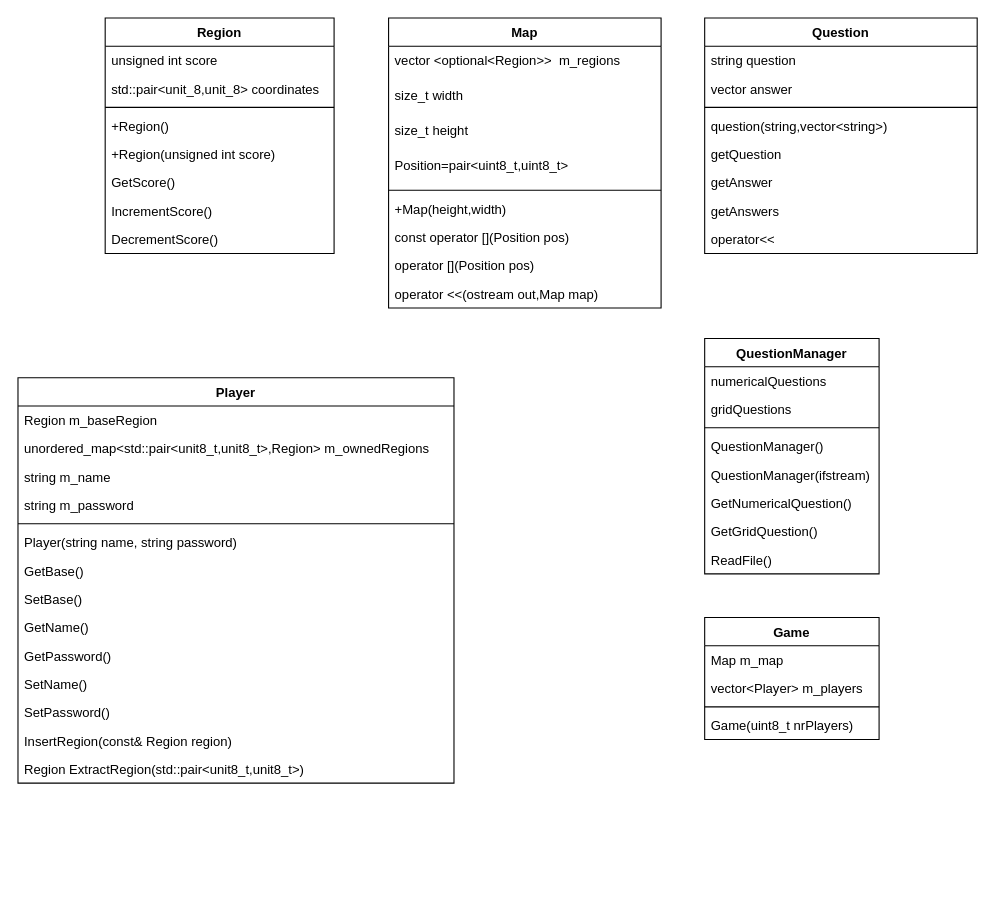
Earlier version of the draw.io diagram project/2_useful_informations/ProiectTriviador.drawio (NSS-14/ProjectModernCpp). Source tidied: cells renumbered, new cells numbered last; positions are measured from the earlier drawing's top-left corner, leaving out a move shared by most shapes. Both pictures are drawn from the tidied source at 109%, with x=0, y=0 at pixel (17, 17).
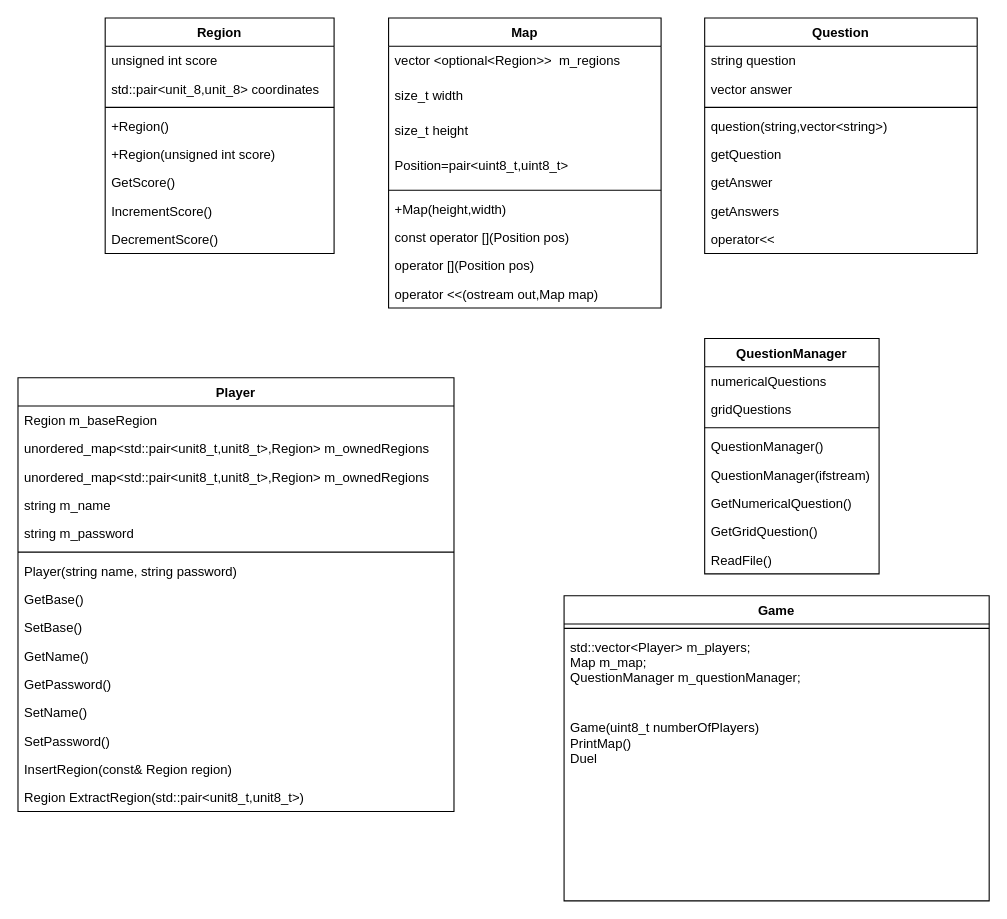
The same page after the edit.

The edit, as a diff of the source:
```diff
@@
     <mxCell id="21" value="Game" style="swimlane;fontStyle=1;align=center;verticalAlign=top;horizontal=1;startSize=26;" parent="1" vertex="1">
-      <mxGeometry x="630" y="550" width="160" height="112" as="geometry" />
+      <mxGeometry x="501" y="530" width="390" height="280" as="geometry" />
     </mxCell>
+    <mxCell id="24" style="line;strokeWidth=1;fillColor=none;align=left;verticalAlign=middle;spacingTop=-1;spacingLeft=3;spacingRight=3;labelPosition=right;strokeColor=inherit;" parent="21" vertex="1">
+      <mxGeometry y="26" width="390" height="8" as="geometry" />
+    </mxCell>
-    <mxCell id="22" value="Map m_map" style="text;strokeColor=none;fillColor=none;align=left;verticalAlign=top;spacingLeft=4;spacingRight=4;overflow=hidden;" parent="21" vertex="1">
-      <mxGeometry y="26" width="160" height="26" as="geometry" />
+    <mxCell id="22" value="std::vector&lt;Player&gt; m_players;&#10;Map m_map;&#10;QuestionManager m_questionManager;" style="text;strokeColor=none;fillColor=none;align=left;verticalAlign=top;spacingLeft=4;spacingRight=4;overflow=hidden;" parent="21" vertex="1">
+      <mxGeometry y="34" width="390" height="74" as="geometry" />
     </mxCell>
-    <mxCell id="23" value="vector&lt;Player&gt; m_players" style="text;strokeColor=none;fillColor=none;align=left;verticalAlign=top;spacingLeft=4;spacingRight=4;overflow=hidden;" parent="21" vertex="1">
-      <mxGeometry y="52" width="160" height="26" as="geometry" />
-    </mxCell>
-    <mxCell id="24" style="line;strokeWidth=1;fillColor=none;align=left;verticalAlign=middle;spacingTop=-1;spacingLeft=3;spacingRight=3;labelPosition=right;strokeColor=inherit;" parent="21" vertex="1">
-      <mxGeometry y="78" width="160" height="8" as="geometry" />
-    </mxCell>
-    <mxCell id="25" value="Game(uint8_t nrPlayers)" style="text;strokeColor=none;fillColor=none;align=left;verticalAlign=top;spacingLeft=4;spacingRight=4;overflow=hidden;" parent="21" vertex="1">
-      <mxGeometry y="86" width="160" height="26" as="geometry" />
+    <mxCell id="25" value="Game(uint8_t numberOfPlayers)&#10;PrintMap()&#10;Duel " style="text;strokeColor=none;fillColor=none;align=left;verticalAlign=top;spacingLeft=4;spacingRight=4;overflow=hidden;" parent="21" vertex="1">
+      <mxGeometry y="108" width="390" height="172" as="geometry" />
     </mxCell>
@@
     <mxCell id="44" value="Player" style="swimlane;fontStyle=1;align=center;verticalAlign=top;horizontal=1;startSize=26;" parent="1" vertex="1">
-      <mxGeometry y="330" width="400" height="372" as="geometry" />
+      <mxGeometry y="330" width="400" height="398" as="geometry" />
     </mxCell>
@@
+    <mxCell id="59" value="unordered_map&lt;std::pair&lt;unit8_t,unit8_t&gt;,Region&gt; m_ownedRegions" style="text;strokeColor=none;fillColor=none;align=left;verticalAlign=top;spacingLeft=4;spacingRight=4;overflow=hidden;" parent="44" vertex="1">
+      <mxGeometry y="78" width="400" height="26" as="geometry" />
+    </mxCell>
     <mxCell id="47" value="string m_name" style="text;strokeColor=none;fillColor=none;align=left;verticalAlign=top;spacingLeft=4;spacingRight=4;overflow=hidden;" parent="44" vertex="1">
-      <mxGeometry y="78" width="400" height="26" as="geometry" />
+      <mxGeometry y="104" width="400" height="26" as="geometry" />
     </mxCell>
     <mxCell id="48" value="string m_password" style="text;strokeColor=none;fillColor=none;align=left;verticalAlign=top;spacingLeft=4;spacingRight=4;overflow=hidden;" parent="44" vertex="1">
-      <mxGeometry y="104" width="400" height="26" as="geometry" />
+      <mxGeometry y="130" width="400" height="26" as="geometry" />
     </mxCell>
     <mxCell id="49" style="line;strokeWidth=1;fillColor=none;align=left;verticalAlign=middle;spacingTop=-1;spacingLeft=3;spacingRight=3;labelPosition=right;strokeColor=inherit;" parent="44" vertex="1">
-      <mxGeometry y="130" width="400" height="8" as="geometry" />
+      <mxGeometry y="156" width="400" height="8" as="geometry" />
     </mxCell>
     <mxCell id="50" value="Player(string name, string password)" style="text;strokeColor=none;fillColor=none;align=left;verticalAlign=top;spacingLeft=4;spacingRight=4;overflow=hidden;" parent="44" vertex="1">
-      <mxGeometry y="138" width="400" height="26" as="geometry" />
+      <mxGeometry y="164" width="400" height="26" as="geometry" />
     </mxCell>
     <mxCell id="51" value="GetBase()" style="text;strokeColor=none;fillColor=none;align=left;verticalAlign=top;spacingLeft=4;spacingRight=4;overflow=hidden;" parent="44" vertex="1">
-      <mxGeometry y="164" width="400" height="26" as="geometry" />
+      <mxGeometry y="190" width="400" height="26" as="geometry" />
     </mxCell>
     <mxCell id="52" value="SetBase()" style="text;strokeColor=none;fillColor=none;align=left;verticalAlign=top;spacingLeft=4;spacingRight=4;overflow=hidden;" parent="44" vertex="1">
-      <mxGeometry y="190" width="400" height="26" as="geometry" />
+      <mxGeometry y="216" width="400" height="26" as="geometry" />
     </mxCell>
     <mxCell id="53" value="GetName()" style="text;strokeColor=none;fillColor=none;align=left;verticalAlign=top;spacingLeft=4;spacingRight=4;overflow=hidden;" parent="44" vertex="1">
-      <mxGeometry y="216" width="400" height="26" as="geometry" />
+      <mxGeometry y="242" width="400" height="26" as="geometry" />
     </mxCell>
     <mxCell id="54" value="GetPassword()" style="text;strokeColor=none;fillColor=none;align=left;verticalAlign=top;spacingLeft=4;spacingRight=4;overflow=hidden;" parent="44" vertex="1">
-      <mxGeometry y="242" width="400" height="26" as="geometry" />
+      <mxGeometry y="268" width="400" height="26" as="geometry" />
     </mxCell>
     <mxCell id="55" value="SetName()" style="text;strokeColor=none;fillColor=none;align=left;verticalAlign=top;spacingLeft=4;spacingRight=4;overflow=hidden;" parent="44" vertex="1">
-      <mxGeometry y="268" width="400" height="26" as="geometry" />
+      <mxGeometry y="294" width="400" height="26" as="geometry" />
     </mxCell>
     <mxCell id="56" value="SetPassword()" style="text;strokeColor=none;fillColor=none;align=left;verticalAlign=top;spacingLeft=4;spacingRight=4;overflow=hidden;" parent="44" vertex="1">
-      <mxGeometry y="294" width="400" height="26" as="geometry" />
+      <mxGeometry y="320" width="400" height="26" as="geometry" />
     </mxCell>
     <mxCell id="57" value="InsertRegion(const&amp; Region region)" style="text;strokeColor=none;fillColor=none;align=left;verticalAlign=top;spacingLeft=4;spacingRight=4;overflow=hidden;" parent="44" vertex="1">
-      <mxGeometry y="320" width="400" height="26" as="geometry" />
+      <mxGeometry y="346" width="400" height="26" as="geometry" />
     </mxCell>
     <mxCell id="58" value="Region ExtractRegion(std::pair&lt;unit8_t,unit8_t&gt;)" style="text;strokeColor=none;fillColor=none;align=left;verticalAlign=top;spacingLeft=4;spacingRight=4;overflow=hidden;" parent="44" vertex="1">
-      <mxGeometry y="346" width="400" height="26" as="geometry" />
+      <mxGeometry y="372" width="400" height="26" as="geometry" />
     </mxCell>
```
